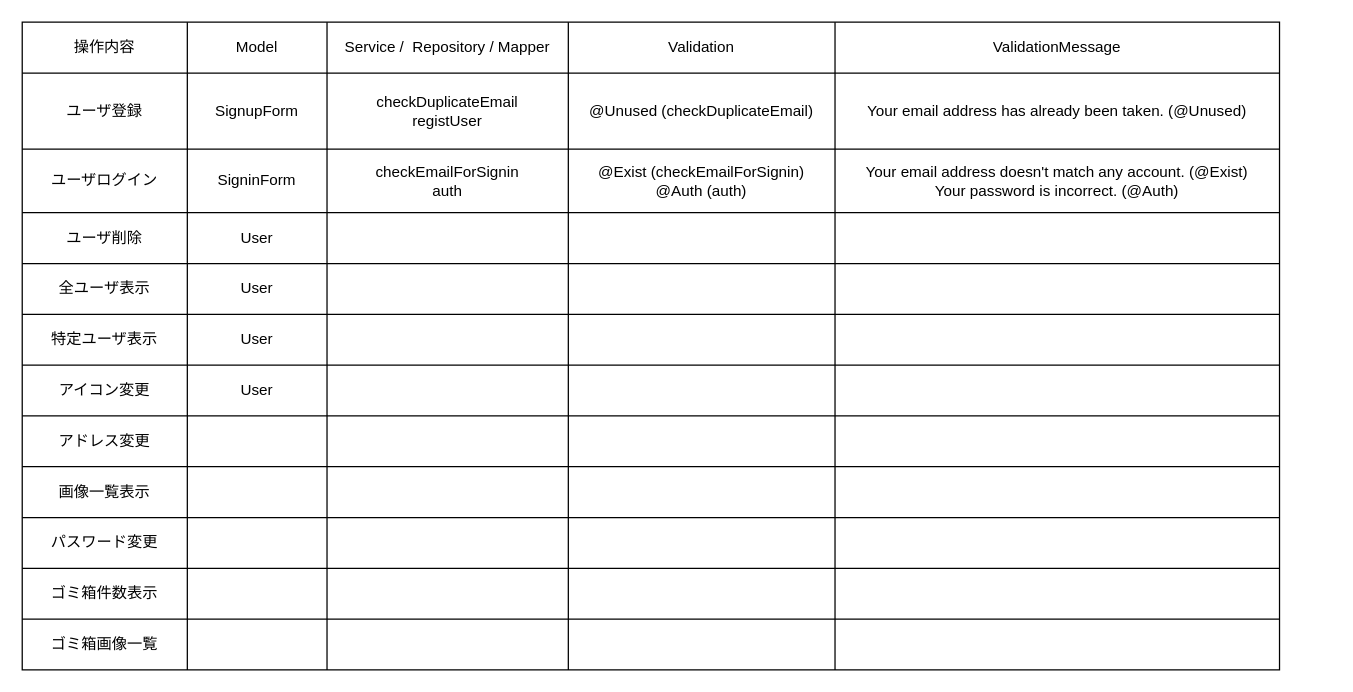
Before: page "Mapper" (2 of 2) of ER.drawio in ODEN-t/imagepot, a draw.io diagram. Source tidied: cells renumbered, new cells numbered last; positions are measured from the earlier drawing's top-left corner, leaving out a move shared by most shapes. Both pictures are drawn from the tidied source at 127%, with x=0, y=0 at pixel (22, 22).
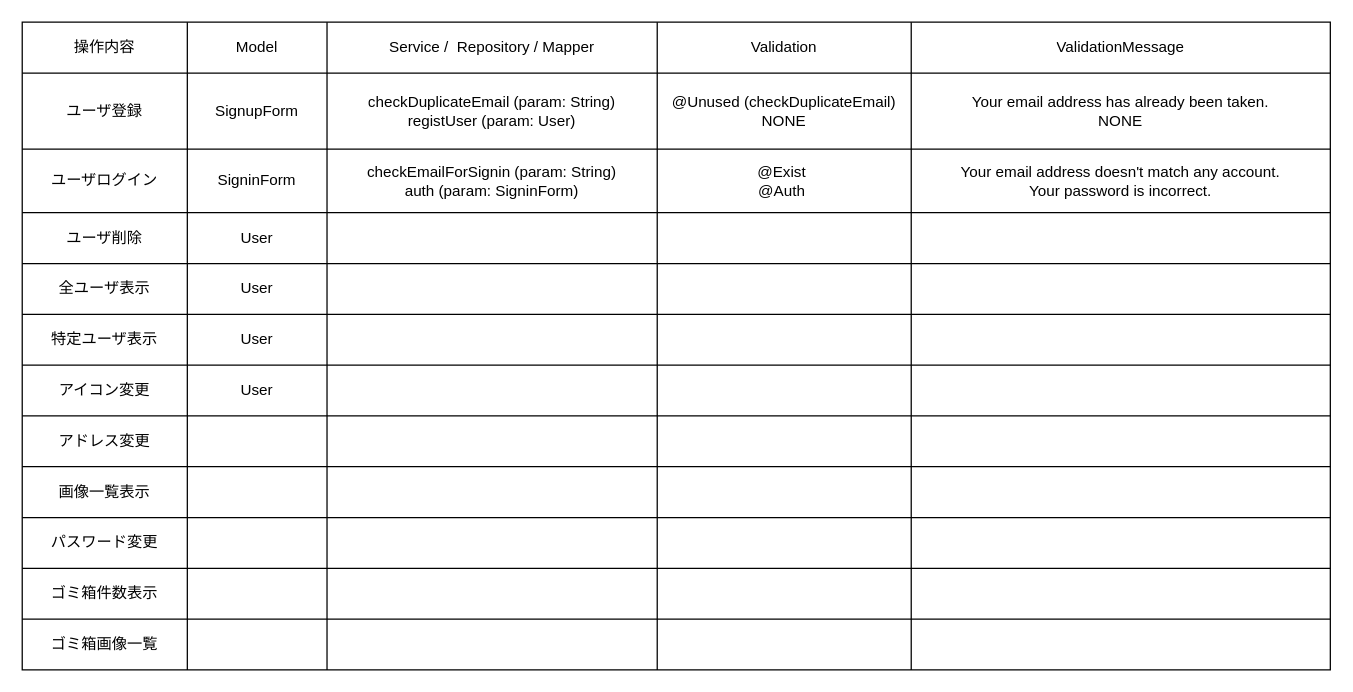
Above is the later version.

The edit, as a diff of the source:
```diff
@@
     <mxCell id="2" style="shape=table;html=1;whiteSpace=wrap;startSize=0;childLayout=tableLayout;" parent="1" vertex="1">
-      <mxGeometry width="990" height="510" as="geometry" />
+      <mxGeometry width="1030" height="510" as="geometry" />
     </mxCell>
     <mxCell id="3" style="shape=partialRectangle;html=1;whiteSpace=wrap;fillColor=none;top=0;left=0;bottom=0;right=0;" parent="2" vertex="1">
-      <mxGeometry width="990" height="40" as="geometry" />
+      <mxGeometry width="1030" height="40" as="geometry" />
     </mxCell>
@@
     <mxCell id="6" value="Service /&amp;nbsp; Repository / Mapper" style="shape=partialRectangle;html=1;whiteSpace=wrap;fillColor=none;top=0;left=0;bottom=0;right=0;overflow=hidden;" parent="3" vertex="1">
-      <mxGeometry x="240" width="190" height="40" as="geometry" />
+      <mxGeometry x="240" width="260" height="40" as="geometry" />
     </mxCell>
     <mxCell id="7" value="Validation" style="shape=partialRectangle;html=1;whiteSpace=wrap;fillColor=none;top=0;left=0;bottom=0;right=0;overflow=hidden;" parent="3" vertex="1">
-      <mxGeometry x="430" width="210" height="40" as="geometry" />
+      <mxGeometry x="500" width="200" height="40" as="geometry" />
     </mxCell>
     <mxCell id="8" value="ValidationMessage" style="shape=partialRectangle;html=1;whiteSpace=wrap;fillColor=none;top=0;left=0;bottom=0;right=0;overflow=hidden;" parent="3" vertex="1">
-      <mxGeometry x="640" width="350" height="40" as="geometry" />
+      <mxGeometry x="700" width="330" height="40" as="geometry" />
     </mxCell>
     <mxCell id="9" style="shape=partialRectangle;html=1;whiteSpace=wrap;fillColor=none;top=0;left=0;bottom=0;right=0;" parent="2" vertex="1">
-      <mxGeometry y="40" width="990" height="60" as="geometry" />
+      <mxGeometry y="40" width="1030" height="60" as="geometry" />
     </mxCell>
@@
-    <mxCell id="12" value="checkDuplicateEmail&lt;br&gt;registUser" style="shape=partialRectangle;html=1;whiteSpace=wrap;fillColor=none;top=0;left=0;bottom=0;right=0;overflow=hidden;" parent="9" vertex="1">
-      <mxGeometry x="240" width="190" height="60" as="geometry" />
+    <mxCell id="12" value="checkDuplicateEmail (param: String)&lt;br&gt;registUser (param: User)" style="shape=partialRectangle;html=1;whiteSpace=wrap;fillColor=none;top=0;left=0;bottom=0;right=0;overflow=hidden;" parent="9" vertex="1">
+      <mxGeometry x="240" width="260" height="60" as="geometry" />
     </mxCell>
-    <mxCell id="13" value="&lt;span&gt;@Unused (checkDuplicateEmail)&lt;/span&gt;" style="shape=partialRectangle;html=1;whiteSpace=wrap;fillColor=none;top=0;left=0;bottom=0;right=0;overflow=hidden;" parent="9" vertex="1">
-      <mxGeometry x="430" width="210" height="60" as="geometry" />
+    <mxCell id="13" value="&lt;span&gt;@Unused (checkDuplicateEmail)&lt;br&gt;NONE&lt;br&gt;&lt;/span&gt;" style="shape=partialRectangle;html=1;whiteSpace=wrap;fillColor=none;top=0;left=0;bottom=0;right=0;overflow=hidden;" parent="9" vertex="1">
+      <mxGeometry x="500" width="200" height="60" as="geometry" />
     </mxCell>
-    <mxCell id="14" value="Your email address has already been taken. (@Unused)" style="shape=partialRectangle;html=1;whiteSpace=wrap;fillColor=none;top=0;left=0;bottom=0;right=0;overflow=hidden;" parent="9" vertex="1">
-      <mxGeometry x="640" width="350" height="60" as="geometry" />
+    <mxCell id="14" value="Your email address has already been taken.&lt;br&gt;NONE" style="shape=partialRectangle;html=1;whiteSpace=wrap;fillColor=none;top=0;left=0;bottom=0;right=0;overflow=hidden;" parent="9" vertex="1">
+      <mxGeometry x="700" width="330" height="60" as="geometry" />
     </mxCell>
     <mxCell id="15" style="shape=partialRectangle;html=1;whiteSpace=wrap;fillColor=none;top=0;left=0;bottom=0;right=0;" parent="2" vertex="1">
-      <mxGeometry y="100" width="990" height="50" as="geometry" />
+      <mxGeometry y="100" width="1030" height="50" as="geometry" />
     </mxCell>
@@
-    <mxCell id="18" value="checkEmailForSignin&lt;br&gt;auth" style="shape=partialRectangle;html=1;whiteSpace=wrap;fillColor=none;top=0;left=0;bottom=0;right=0;overflow=hidden;" parent="15" vertex="1">
-      <mxGeometry x="240" width="190" height="50" as="geometry" />
+    <mxCell id="18" value="checkEmailForSignin (param: String)&lt;br&gt;auth (param: SigninForm)" style="shape=partialRectangle;html=1;whiteSpace=wrap;fillColor=none;top=0;left=0;bottom=0;right=0;overflow=hidden;" parent="15" vertex="1">
+      <mxGeometry x="240" width="260" height="50" as="geometry" />
     </mxCell>
-    <mxCell id="19" value="@Exist (checkEmailForSignin)&lt;br&gt;@Auth (auth)" style="shape=partialRectangle;html=1;whiteSpace=wrap;fillColor=none;top=0;left=0;bottom=0;right=0;overflow=hidden;" parent="15" vertex="1">
-      <mxGeometry x="430" width="210" height="50" as="geometry" />
+    <mxCell id="19" value="@Exist&amp;nbsp;&lt;br&gt;@Auth&amp;nbsp;" style="shape=partialRectangle;html=1;whiteSpace=wrap;fillColor=none;top=0;left=0;bottom=0;right=0;overflow=hidden;" parent="15" vertex="1">
+      <mxGeometry x="500" width="200" height="50" as="geometry" />
     </mxCell>
-    <mxCell id="20" value="Your email address doesn't match any account. (@Exist)&lt;br&gt;Your password is incorrect. (@Auth)" style="shape=partialRectangle;html=1;whiteSpace=wrap;fillColor=none;top=0;left=0;bottom=0;right=0;overflow=hidden;" parent="15" vertex="1">
-      <mxGeometry x="640" width="350" height="50" as="geometry" />
+    <mxCell id="20" value="Your email address doesn't match any account.&lt;br&gt;Your password is incorrect." style="shape=partialRectangle;html=1;whiteSpace=wrap;fillColor=none;top=0;left=0;bottom=0;right=0;overflow=hidden;" parent="15" vertex="1">
+      <mxGeometry x="700" width="330" height="50" as="geometry" />
     </mxCell>
     <mxCell id="21" style="shape=partialRectangle;html=1;whiteSpace=wrap;fillColor=none;top=0;left=0;bottom=0;right=0;" parent="2" vertex="1">
-      <mxGeometry y="150" width="990" height="40" as="geometry" />
+      <mxGeometry y="150" width="1030" height="40" as="geometry" />
     </mxCell>
@@
     <mxCell id="24" style="shape=partialRectangle;html=1;whiteSpace=wrap;fillColor=none;top=0;left=0;bottom=0;right=0;overflow=hidden;" parent="21" vertex="1">
-      <mxGeometry x="240" width="190" height="40" as="geometry" />
+      <mxGeometry x="240" width="260" height="40" as="geometry" />
     </mxCell>
     <mxCell id="25" style="shape=partialRectangle;html=1;whiteSpace=wrap;fillColor=none;top=0;left=0;bottom=0;right=0;overflow=hidden;" parent="21" vertex="1">
-      <mxGeometry x="430" width="210" height="40" as="geometry" />
+      <mxGeometry x="500" width="200" height="40" as="geometry" />
     </mxCell>
     <mxCell id="26" style="shape=partialRectangle;html=1;whiteSpace=wrap;fillColor=none;top=0;left=0;bottom=0;right=0;overflow=hidden;" parent="21" vertex="1">
-      <mxGeometry x="640" width="350" height="40" as="geometry" />
+      <mxGeometry x="700" width="330" height="40" as="geometry" />
     </mxCell>
     <mxCell id="27" style="shape=partialRectangle;html=1;whiteSpace=wrap;fillColor=none;top=0;left=0;bottom=0;right=0;" parent="2" vertex="1">
-      <mxGeometry y="190" width="990" height="40" as="geometry" />
+      <mxGeometry y="190" width="1030" height="40" as="geometry" />
     </mxCell>
@@
     <mxCell id="30" style="shape=partialRectangle;html=1;whiteSpace=wrap;fillColor=none;top=0;left=0;bottom=0;right=0;overflow=hidden;" parent="27" vertex="1">
-      <mxGeometry x="240" width="190" height="40" as="geometry" />
+      <mxGeometry x="240" width="260" height="40" as="geometry" />
     </mxCell>
     <mxCell id="31" style="shape=partialRectangle;html=1;whiteSpace=wrap;fillColor=none;top=0;left=0;bottom=0;right=0;overflow=hidden;" parent="27" vertex="1">
-      <mxGeometry x="430" width="210" height="40" as="geometry" />
+      <mxGeometry x="500" width="200" height="40" as="geometry" />
     </mxCell>
     <mxCell id="32" style="shape=partialRectangle;html=1;whiteSpace=wrap;fillColor=none;top=0;left=0;bottom=0;right=0;overflow=hidden;" parent="27" vertex="1">
-      <mxGeometry x="640" width="350" height="40" as="geometry" />
+      <mxGeometry x="700" width="330" height="40" as="geometry" />
     </mxCell>
     <mxCell id="33" style="shape=partialRectangle;html=1;whiteSpace=wrap;fillColor=none;top=0;left=0;bottom=0;right=0;" parent="2" vertex="1">
-      <mxGeometry y="230" width="990" height="40" as="geometry" />
+      <mxGeometry y="230" width="1030" height="40" as="geometry" />
     </mxCell>
@@
     <mxCell id="36" style="shape=partialRectangle;html=1;whiteSpace=wrap;fillColor=none;top=0;left=0;bottom=0;right=0;overflow=hidden;" parent="33" vertex="1">
-      <mxGeometry x="240" width="190" height="40" as="geometry" />
+      <mxGeometry x="240" width="260" height="40" as="geometry" />
     </mxCell>
     <mxCell id="37" style="shape=partialRectangle;html=1;whiteSpace=wrap;fillColor=none;top=0;left=0;bottom=0;right=0;overflow=hidden;" parent="33" vertex="1">
-      <mxGeometry x="430" width="210" height="40" as="geometry" />
+      <mxGeometry x="500" width="200" height="40" as="geometry" />
     </mxCell>
     <mxCell id="38" style="shape=partialRectangle;html=1;whiteSpace=wrap;fillColor=none;top=0;left=0;bottom=0;right=0;overflow=hidden;" parent="33" vertex="1">
-      <mxGeometry x="640" width="350" height="40" as="geometry" />
+      <mxGeometry x="700" width="330" height="40" as="geometry" />
     </mxCell>
     <mxCell id="39" style="shape=partialRectangle;html=1;whiteSpace=wrap;fillColor=none;top=0;left=0;bottom=0;right=0;" parent="2" vertex="1">
-      <mxGeometry y="270" width="990" height="40" as="geometry" />
+      <mxGeometry y="270" width="1030" height="40" as="geometry" />
     </mxCell>
@@
     <mxCell id="42" style="shape=partialRectangle;html=1;whiteSpace=wrap;fillColor=none;top=0;left=0;bottom=0;right=0;overflow=hidden;" parent="39" vertex="1">
-      <mxGeometry x="240" width="190" height="40" as="geometry" />
+      <mxGeometry x="240" width="260" height="40" as="geometry" />
     </mxCell>
     <mxCell id="43" style="shape=partialRectangle;html=1;whiteSpace=wrap;fillColor=none;top=0;left=0;bottom=0;right=0;overflow=hidden;" parent="39" vertex="1">
-      <mxGeometry x="430" width="210" height="40" as="geometry" />
+      <mxGeometry x="500" width="200" height="40" as="geometry" />
     </mxCell>
     <mxCell id="44" style="shape=partialRectangle;html=1;whiteSpace=wrap;fillColor=none;top=0;left=0;bottom=0;right=0;overflow=hidden;" parent="39" vertex="1">
-      <mxGeometry x="640" width="350" height="40" as="geometry" />
+      <mxGeometry x="700" width="330" height="40" as="geometry" />
     </mxCell>
     <mxCell id="45" style="shape=partialRectangle;html=1;whiteSpace=wrap;fillColor=none;top=0;left=0;bottom=0;right=0;" parent="2" vertex="1">
-      <mxGeometry y="310" width="990" height="40" as="geometry" />
+      <mxGeometry y="310" width="1030" height="40" as="geometry" />
     </mxCell>
@@
     <mxCell id="48" style="shape=partialRectangle;html=1;whiteSpace=wrap;fillColor=none;top=0;left=0;bottom=0;right=0;overflow=hidden;" parent="45" vertex="1">
-      <mxGeometry x="240" width="190" height="40" as="geometry" />
+      <mxGeometry x="240" width="260" height="40" as="geometry" />
     </mxCell>
     <mxCell id="49" style="shape=partialRectangle;html=1;whiteSpace=wrap;fillColor=none;top=0;left=0;bottom=0;right=0;overflow=hidden;" parent="45" vertex="1">
-      <mxGeometry x="430" width="210" height="40" as="geometry" />
+      <mxGeometry x="500" width="200" height="40" as="geometry" />
     </mxCell>
     <mxCell id="50" style="shape=partialRectangle;html=1;whiteSpace=wrap;fillColor=none;top=0;left=0;bottom=0;right=0;overflow=hidden;" parent="45" vertex="1">
-      <mxGeometry x="640" width="350" height="40" as="geometry" />
+      <mxGeometry x="700" width="330" height="40" as="geometry" />
     </mxCell>
     <mxCell id="51" style="shape=partialRectangle;html=1;whiteSpace=wrap;fillColor=none;top=0;left=0;bottom=0;right=0;" parent="2" vertex="1">
-      <mxGeometry y="350" width="990" height="40" as="geometry" />
+      <mxGeometry y="350" width="1030" height="40" as="geometry" />
     </mxCell>
@@
     <mxCell id="54" style="shape=partialRectangle;html=1;whiteSpace=wrap;fillColor=none;top=0;left=0;bottom=0;right=0;overflow=hidden;" parent="51" vertex="1">
-      <mxGeometry x="240" width="190" height="40" as="geometry" />
+      <mxGeometry x="240" width="260" height="40" as="geometry" />
     </mxCell>
     <mxCell id="55" style="shape=partialRectangle;html=1;whiteSpace=wrap;fillColor=none;top=0;left=0;bottom=0;right=0;overflow=hidden;" parent="51" vertex="1">
-      <mxGeometry x="430" width="210" height="40" as="geometry" />
+      <mxGeometry x="500" width="200" height="40" as="geometry" />
     </mxCell>
     <mxCell id="56" style="shape=partialRectangle;html=1;whiteSpace=wrap;fillColor=none;top=0;left=0;bottom=0;right=0;overflow=hidden;" parent="51" vertex="1">
-      <mxGeometry x="640" width="350" height="40" as="geometry" />
+      <mxGeometry x="700" width="330" height="40" as="geometry" />
     </mxCell>
     <mxCell id="57" style="shape=partialRectangle;html=1;whiteSpace=wrap;fillColor=none;top=0;left=0;bottom=0;right=0;" parent="2" vertex="1">
-      <mxGeometry y="390" width="990" height="40" as="geometry" />
+      <mxGeometry y="390" width="1030" height="40" as="geometry" />
     </mxCell>
@@
     <mxCell id="60" style="shape=partialRectangle;html=1;whiteSpace=wrap;fillColor=none;top=0;left=0;bottom=0;right=0;overflow=hidden;" parent="57" vertex="1">
-      <mxGeometry x="240" width="190" height="40" as="geometry" />
+      <mxGeometry x="240" width="260" height="40" as="geometry" />
     </mxCell>
     <mxCell id="61" style="shape=partialRectangle;html=1;whiteSpace=wrap;fillColor=none;top=0;left=0;bottom=0;right=0;overflow=hidden;" parent="57" vertex="1">
-      <mxGeometry x="430" width="210" height="40" as="geometry" />
+      <mxGeometry x="500" width="200" height="40" as="geometry" />
     </mxCell>
     <mxCell id="62" style="shape=partialRectangle;html=1;whiteSpace=wrap;fillColor=none;top=0;left=0;bottom=0;right=0;overflow=hidden;" parent="57" vertex="1">
-      <mxGeometry x="640" width="350" height="40" as="geometry" />
+      <mxGeometry x="700" width="330" height="40" as="geometry" />
     </mxCell>
     <mxCell id="63" style="shape=partialRectangle;html=1;whiteSpace=wrap;fillColor=none;top=0;left=0;bottom=0;right=0;" parent="2" vertex="1">
-      <mxGeometry y="430" width="990" height="40" as="geometry" />
+      <mxGeometry y="430" width="1030" height="40" as="geometry" />
     </mxCell>
@@
     <mxCell id="66" style="shape=partialRectangle;html=1;whiteSpace=wrap;fillColor=none;top=0;left=0;bottom=0;right=0;overflow=hidden;" parent="63" vertex="1">
-      <mxGeometry x="240" width="190" height="40" as="geometry" />
+      <mxGeometry x="240" width="260" height="40" as="geometry" />
     </mxCell>
     <mxCell id="67" style="shape=partialRectangle;html=1;whiteSpace=wrap;fillColor=none;top=0;left=0;bottom=0;right=0;overflow=hidden;" parent="63" vertex="1">
-      <mxGeometry x="430" width="210" height="40" as="geometry" />
+      <mxGeometry x="500" width="200" height="40" as="geometry" />
     </mxCell>
     <mxCell id="68" style="shape=partialRectangle;html=1;whiteSpace=wrap;fillColor=none;top=0;left=0;bottom=0;right=0;overflow=hidden;" parent="63" vertex="1">
-      <mxGeometry x="640" width="350" height="40" as="geometry" />
+      <mxGeometry x="700" width="330" height="40" as="geometry" />
     </mxCell>
     <mxCell id="69" style="shape=partialRectangle;html=1;whiteSpace=wrap;fillColor=none;top=0;left=0;bottom=0;right=0;" parent="2" vertex="1">
-      <mxGeometry y="470" width="990" height="40" as="geometry" />
+      <mxGeometry y="470" width="1030" height="40" as="geometry" />
     </mxCell>
@@
     <mxCell id="72" style="shape=partialRectangle;html=1;whiteSpace=wrap;fillColor=none;top=0;left=0;bottom=0;right=0;overflow=hidden;" parent="69" vertex="1">
-      <mxGeometry x="240" width="190" height="40" as="geometry" />
+      <mxGeometry x="240" width="260" height="40" as="geometry" />
     </mxCell>
     <mxCell id="73" style="shape=partialRectangle;html=1;whiteSpace=wrap;fillColor=none;top=0;left=0;bottom=0;right=0;overflow=hidden;" parent="69" vertex="1">
-      <mxGeometry x="430" width="210" height="40" as="geometry" />
+      <mxGeometry x="500" width="200" height="40" as="geometry" />
     </mxCell>
     <mxCell id="74" style="shape=partialRectangle;html=1;whiteSpace=wrap;fillColor=none;top=0;left=0;bottom=0;right=0;overflow=hidden;" parent="69" vertex="1">
-      <mxGeometry x="640" width="350" height="40" as="geometry" />
+      <mxGeometry x="700" width="330" height="40" as="geometry" />
     </mxCell>
```
